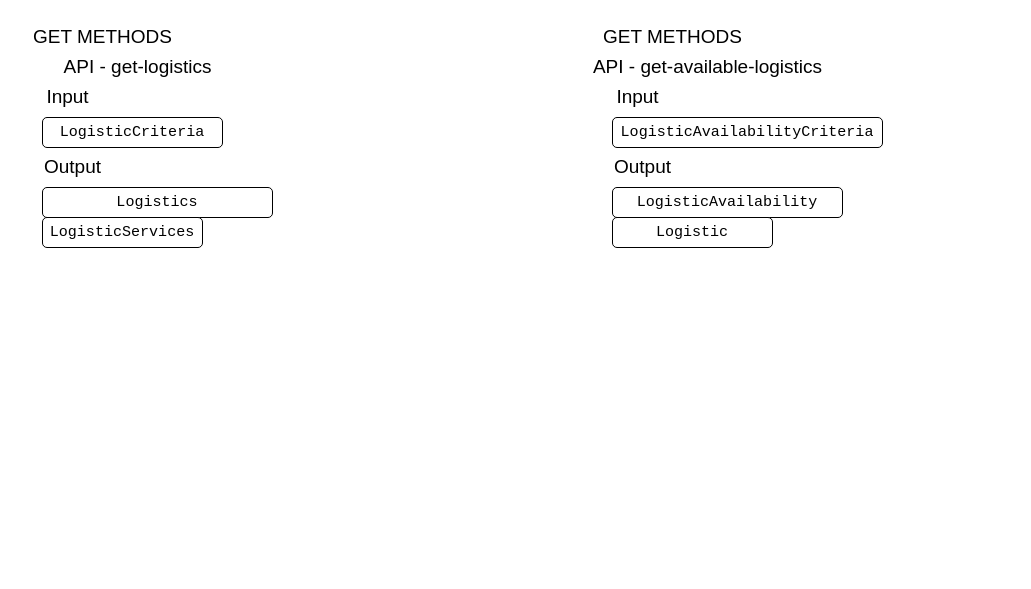
Before: page "logistic-api" (7 of 8) of Agroconnect.drawio in ramprasad2018/agconnect, a draw.io diagram. Source tidied: cells renumbered, new cells numbered last; positions are measured from the earlier drawing's top-left corner, leaving out a move shared by most shapes. Both pictures are drawn from the tidied source at 100%, with x=0, y=0 at pixel (22, 17).
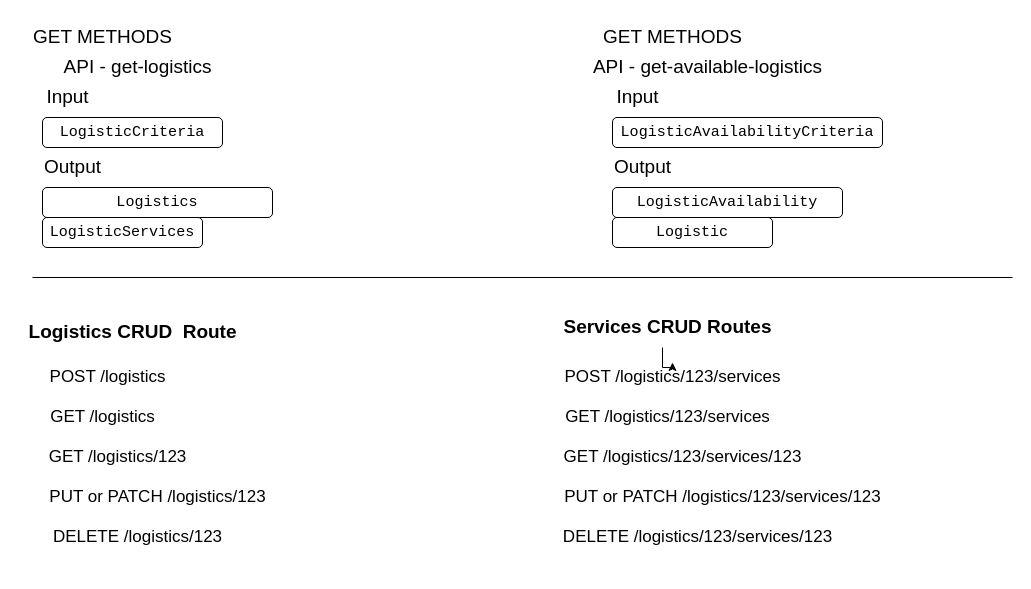
The same page after the edit.

Diff of the diagram source:
```diff
@@
+    <mxCell id="16" value="&lt;font style=&quot;&quot;&gt;&lt;b style=&quot;font-size: 19px;&quot;&gt;Logistics CRUD&amp;nbsp; Route&lt;/b&gt;&lt;/font&gt;" style="text;html=1;align=center;verticalAlign=middle;fillColor=none;strokeColor=none;rounded=0;fontSize=17;" parent="1" vertex="1">
+      <mxGeometry x="-5" y="295" width="230" height="40" as="geometry" />
+    </mxCell>
+    <mxCell id="17" value="POST /logistics" style="text;html=1;align=center;verticalAlign=middle;fillColor=none;strokeColor=none;rounded=0;fontSize=17;" parent="1" vertex="1">
+      <mxGeometry x="15" y="345" width="140" height="30" as="geometry" />
+    </mxCell>
+    <mxCell id="18" value="GET /logistics" style="text;html=1;align=center;verticalAlign=middle;fillColor=none;strokeColor=none;rounded=0;fontSize=17;" parent="1" vertex="1">
+      <mxGeometry x="15" y="385" width="130" height="30" as="geometry" />
+    </mxCell>
+    <mxCell id="19" value="GET /logistics/123" style="text;html=1;align=center;verticalAlign=middle;fillColor=none;strokeColor=none;rounded=0;fontSize=17;" parent="1" vertex="1">
+      <mxGeometry x="15" y="425" width="160" height="30" as="geometry" />
+    </mxCell>
+    <mxCell id="20" value="PUT or PATCH /logistics/123" style="text;html=1;align=center;verticalAlign=middle;fillColor=none;strokeColor=none;rounded=0;fontSize=17;" parent="1" vertex="1">
+      <mxGeometry x="15" y="465" width="240" height="30" as="geometry" />
+    </mxCell>
+    <mxCell id="21" value="&lt;div&gt;DELETE /logistics/123&lt;/div&gt;&lt;div&gt;&lt;br&gt;&lt;/div&gt;" style="text;html=1;align=center;verticalAlign=middle;fillColor=none;strokeColor=none;rounded=0;fontSize=17;" parent="1" vertex="1">
+      <mxGeometry x="20" y="505" width="190" height="50" as="geometry" />
+    </mxCell>
+    <mxCell id="22" value="POST /logistics/123/services" style="text;html=1;align=center;verticalAlign=middle;points=[];fillColor=none;strokeColor=none;rounded=0;fontSize=17;" parent="1" vertex="1">
+      <mxGeometry x="530" y="345" width="240" height="30" as="geometry" />
+    </mxCell>
+    <mxCell id="23" value="GET /logistics/123/services" style="text;html=1;align=center;verticalAlign=middle;fillColor=none;strokeColor=none;rounded=0;fontSize=17;" parent="1" vertex="1">
+      <mxGeometry x="530" y="385" width="230" height="30" as="geometry" />
+    </mxCell>
+    <mxCell id="24" value="GET /logistics/123/services/123" style="text;html=1;align=center;verticalAlign=middle;fillColor=none;strokeColor=none;rounded=0;fontSize=17;" parent="1" vertex="1">
+      <mxGeometry x="530" y="425" width="260" height="30" as="geometry" />
+    </mxCell>
+    <mxCell id="25" value="PUT or PATCH /logistics/123/services/123" style="text;html=1;align=center;verticalAlign=middle;fillColor=none;strokeColor=none;rounded=0;fontSize=17;" parent="1" vertex="1">
+      <mxGeometry x="530" y="465" width="340" height="30" as="geometry" />
+    </mxCell>
+    <mxCell id="26" value="&lt;div&gt;DELETE /logistics/123/services/123&lt;br&gt;&lt;/div&gt;" style="text;html=1;align=center;verticalAlign=middle;fillColor=none;strokeColor=none;rounded=0;fontSize=17;" parent="1" vertex="1">
+      <mxGeometry x="530" y="505" width="290" height="30" as="geometry" />
+    </mxCell>
+    <mxCell id="27" style="edgeStyle=orthogonalEdgeStyle;rounded=0;jettySize=auto;html=1;fontSize=22;" parent="1" edge="1" source="28" target="22">
+      <mxGeometry relative="1" as="geometry" />
+    </mxCell>
+    <mxCell id="28" style="text;html=1;align=center;verticalAlign=middle;points=[];fillColor=none;strokeColor=none;rounded=0;fontSize=17;" parent="1" vertex="1">
+      <mxGeometry x="630" y="300" width="20" height="30" as="geometry" />
+    </mxCell>
+    <mxCell id="29" value="&lt;span style=&quot;font-size: 19px;&quot;&gt;&lt;b&gt;Services CRUD Routes&lt;/b&gt;&lt;/span&gt;" style="text;html=1;align=center;verticalAlign=middle;fillColor=none;strokeColor=none;rounded=0;fontSize=17;" parent="1" vertex="1">
+      <mxGeometry x="530" y="290" width="230" height="40" as="geometry" />
+    </mxCell>
+    <mxCell id="30" style="endArrow=none;html=1;rounded=0;fontSize=22;" parent="1" edge="1">
+      <mxGeometry relative="1" as="geometry">
+        <mxPoint x="10" y="260" as="sourcePoint" />
+        <mxPoint x="990" y="260" as="targetPoint" />
+      </mxGeometry>
+    </mxCell>
```
